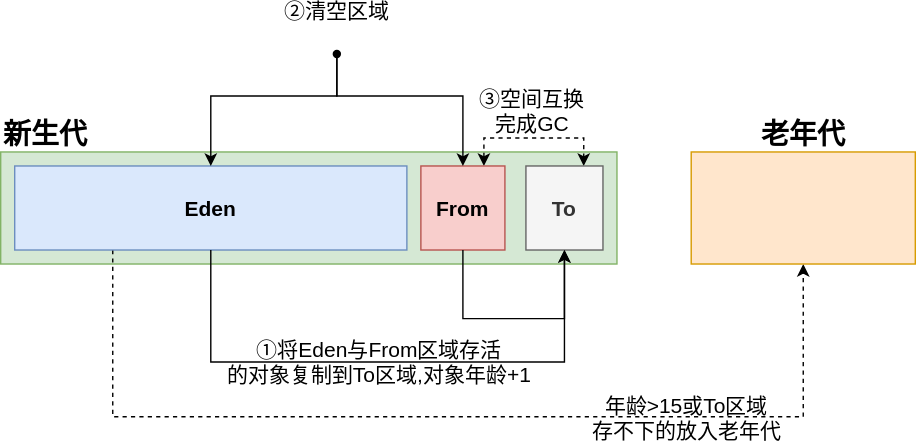
This is Java/JVM/JVM内存模型/新生代GC.drawio.svg from Developer-Tang/notes, a draw.io export, as it was before one commit. Source tidied: cells renumbered, new cells last; positions are measured from the earlier drawing's top-left corner, leaving out a move shared by most shapes.
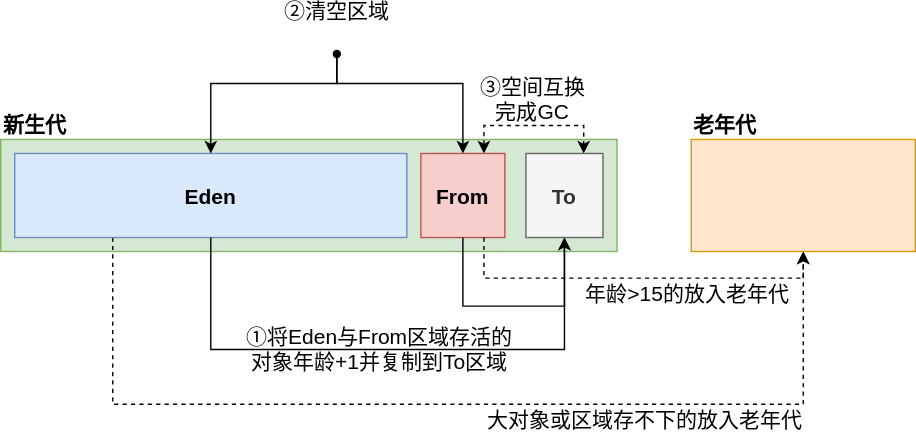
Later version of the same file.

Diff of the diagram source:
```diff
@@ -2,7 +2,7 @@
   <root>
     <mxCell id="0" />
     <mxCell id="1" parent="0" />
-    <mxCell id="2" value="新生代" style="rounded=0;fontSize=20;align=left;verticalAlign=bottom;fillColor=#d5e8d4;strokeColor=#82b366;labelPosition=center;verticalLabelPosition=top;fontStyle=1;labelBackgroundColor=none;" parent="1" vertex="1">
+    <mxCell id="2" value="新生代" style="rounded=0;fontSize=15;align=left;verticalAlign=bottom;fillColor=#d5e8d4;strokeColor=#82b366;labelPosition=center;verticalLabelPosition=top;fontStyle=1;labelBackgroundColor=none;" parent="1" vertex="1">
       <mxGeometry y="90" width="440" height="80" as="geometry" />
     </mxCell>
     <mxCell id="3" style="edgeStyle=orthogonalEdgeStyle;rounded=0;jettySize=auto;exitX=0.25;exitY=1;exitDx=0;exitDy=0;fontSize=15;dashed=1;fontStyle=1;entryX=0.5;entryY=1;entryDx=0;entryDy=0;labelBackgroundColor=none;" parent="1" edge="1" source="5" target="10">
@@ -13,9 +13,9 @@
         </Array>
       </mxGeometry>
     </mxCell>
-    <mxCell id="4" value="年龄&gt;15或To区域&#10;存不下的放入老年代" style="edgeLabel;align=center;verticalAlign=middle;fontSize=15;fontStyle=0;labelBackgroundColor=none;" parent="3" vertex="1">
+    <mxCell id="4" value="大对象或区域存不下的放入老年代" style="edgeLabel;align=center;verticalAlign=middle;fontSize=15;fontStyle=0;labelBackgroundColor=none;" parent="3" vertex="1">
       <mxGeometry x="0.47" y="-2" relative="1" as="geometry">
-        <mxPoint y="-2" as="offset" />
+        <mxPoint x="-30" y="8" as="offset" />
       </mxGeometry>
     </mxCell>
     <mxCell id="5" value="Eden" style="fontSize=15;align=center;verticalAlign=middle;fillColor=#dae8fc;strokeColor=#6c8ebf;fontStyle=1;labelBackgroundColor=none;" parent="1" vertex="1">
@@ -40,10 +40,10 @@
     <mxCell id="9" value="To" style="fontSize=15;align=center;verticalAlign=middle;fillColor=#f5f5f5;strokeColor=#666666;fontColor=#333333;fontStyle=1;labelBackgroundColor=none;" parent="1" vertex="1">
       <mxGeometry x="375" y="100" width="55" height="60" as="geometry" />
     </mxCell>
-    <mxCell id="10" value="老年代" style="fontSize=20;fillColor=#ffe6cc;strokeColor=#d79b00;labelPosition=center;verticalLabelPosition=top;align=center;verticalAlign=bottom;fontStyle=1;labelBackgroundColor=none;" parent="1" vertex="1">
+    <mxCell id="10" value="老年代" style="fontSize=15;fillColor=#ffe6cc;strokeColor=#d79b00;labelPosition=center;verticalLabelPosition=top;align=left;verticalAlign=bottom;fontStyle=1;labelBackgroundColor=none;" parent="1" vertex="1">
       <mxGeometry x="493" y="90" width="160" height="80" as="geometry" />
     </mxCell>
-    <mxCell id="11" style="edgeStyle=orthogonalEdgeStyle;rounded=0;jettySize=auto;exitX=0.5;exitY=1;exitDx=0;exitDy=0;entryX=0.5;entryY=1;entryDx=0;entryDy=0;fontSize=20;fontStyle=1;labelBackgroundColor=none;" parent="1" edge="1" source="8" target="9">
+    <mxCell id="11" style="edgeStyle=orthogonalEdgeStyle;rounded=0;jettySize=auto;exitX=0.5;exitY=1;exitDx=0;exitDy=0;entryX=0.5;entryY=1;entryDx=0;entryDy=0;fontSize=15;fontStyle=1;labelBackgroundColor=none;" parent="1" edge="1" source="8" target="9">
       <mxGeometry relative="1" as="geometry">
         <Array as="points">
           <mxPoint x="330" y="209" />
@@ -51,7 +51,7 @@
         </Array>
       </mxGeometry>
     </mxCell>
-    <mxCell id="12" style="edgeStyle=orthogonalEdgeStyle;rounded=0;jettySize=auto;entryX=0.5;entryY=1;entryDx=0;entryDy=0;fontSize=20;fontStyle=1;labelBackgroundColor=none;exitX=0.5;exitY=1;exitDx=0;exitDy=0;" parent="1" edge="1" source="5" target="9">
+    <mxCell id="12" style="edgeStyle=orthogonalEdgeStyle;rounded=0;jettySize=auto;entryX=0.5;entryY=1;entryDx=0;entryDy=0;fontSize=15;fontStyle=1;labelBackgroundColor=none;exitX=0.5;exitY=1;exitDx=0;exitDy=0;" parent="1" edge="1" source="5" target="9">
       <mxGeometry relative="1" as="geometry">
         <Array as="points">
           <mxPoint x="150" y="240" />
@@ -59,13 +59,13 @@
         </Array>
       </mxGeometry>
     </mxCell>
-    <mxCell id="13" value="①将Eden与From区域存活&#10;的对象复制到To区域,对象年龄+1" style="edgeLabel;align=center;verticalAlign=middle;fontSize=15;fontStyle=0;labelBackgroundColor=none;" parent="12" vertex="1">
+    <mxCell id="13" value="①将Eden与From区域存活的&#10;对象年龄+1并复制到To区域" style="edgeLabel;align=center;verticalAlign=middle;fontSize=15;fontStyle=0;labelBackgroundColor=none;" parent="12" vertex="1">
       <mxGeometry x="0.12" y="-2" relative="1" as="geometry">
         <mxPoint x="-31" y="-3" as="offset" />
       </mxGeometry>
     </mxCell>
     <mxCell id="14" value="②清空区域" style="shape=waypoint;sketch=0;size=6;points=[];fillColor=none;perimeter=centerPerimeter;snapToPoint=1;fontSize=15;align=center;verticalAlign=bottom;labelPosition=center;verticalLabelPosition=top;fontStyle=0;labelBackgroundColor=none;" parent="1" vertex="1">
-      <mxGeometry x="220" width="40" height="40" as="geometry" />
+      <mxGeometry x="220" y="9" width="40" height="40" as="geometry" />
     </mxCell>
     <mxCell id="15" style="endArrow=classic;rounded=0;fontSize=15;edgeStyle=orthogonalEdgeStyle;entryX=0.5;entryY=0;entryDx=0;entryDy=0;fontStyle=1;labelBackgroundColor=none;" parent="1" edge="1" source="14" target="8">
       <mxGeometry relative="1" as="geometry">
@@ -75,13 +75,27 @@
         </Array>
       </mxGeometry>
     </mxCell>
-    <mxCell id="16" style="endArrow=classic;rounded=0;fontSize=15;edgeStyle=orthogonalEdgeStyle;exitX=0.447;exitY=0.54;exitDx=0;exitDy=0;exitPerimeter=0;labelPosition=center;verticalLabelPosition=top;align=center;verticalAlign=bottom;fontStyle=1;labelBackgroundColor=none;" parent="1" edge="1" source="14" target="5">
+    <mxCell id="16" style="endArrow=classic;rounded=0;fontSize=15;edgeStyle=orthogonalEdgeStyle;labelPosition=center;verticalLabelPosition=top;align=center;verticalAlign=bottom;fontStyle=1;labelBackgroundColor=none;" parent="1" edge="1" target="5">
       <mxGeometry relative="1" as="geometry">
+        <mxPoint x="240" y="29" as="sourcePoint" />
         <Array as="points">
           <mxPoint x="240" y="50" />
           <mxPoint x="150" y="50" />
         </Array>
       </mxGeometry>
     </mxCell>
+    <mxCell id="17" style="edgeStyle=orthogonalEdgeStyle;rounded=0;jettySize=auto;exitX=0.75;exitY=1;exitDx=0;exitDy=0;fontSize=15;dashed=1;fontStyle=1;entryX=0.5;entryY=1;entryDx=0;entryDy=0;labelBackgroundColor=none;" parent="1" edge="1" source="8" target="10">
+      <mxGeometry relative="1" as="geometry">
+        <Array as="points">
+          <mxPoint x="345" y="189" />
+          <mxPoint x="573" y="189" />
+        </Array>
+      </mxGeometry>
+    </mxCell>
+    <mxCell id="18" value="年龄&gt;15的放入老年代" style="edgeLabel;align=center;verticalAlign=middle;fontSize=15;fontStyle=0;labelBackgroundColor=none;" parent="17" vertex="1">
+      <mxGeometry x="0.47" y="-2" relative="1" as="geometry">
+        <mxPoint x="-28" y="8" as="offset" />
+      </mxGeometry>
+    </mxCell>
   </root>
 </mxGraphModel>
```
